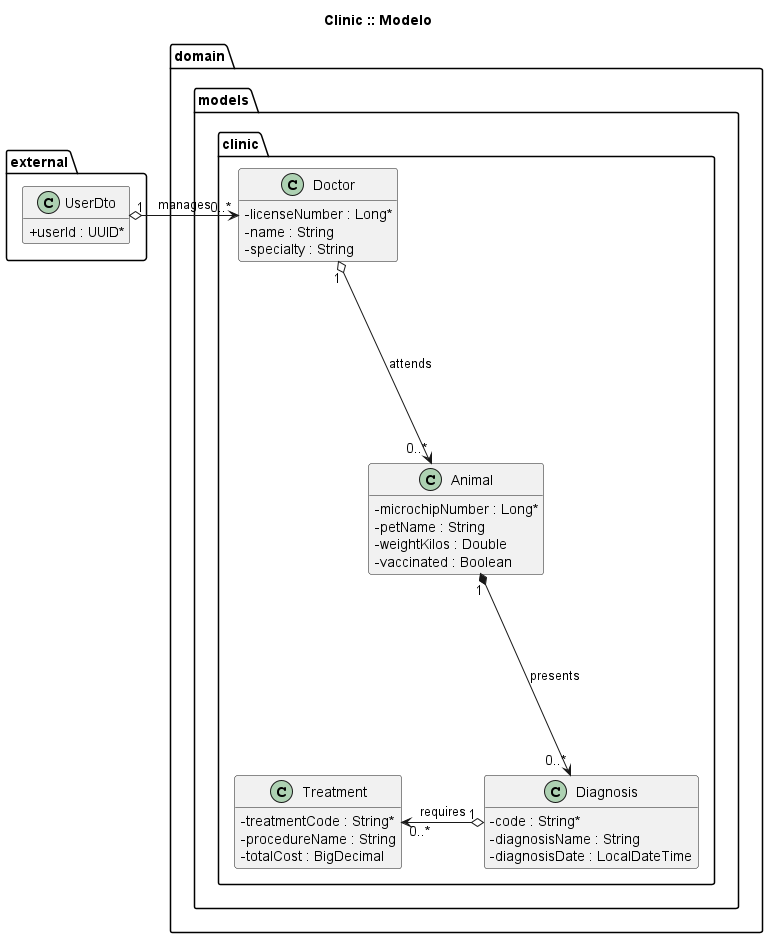
This is docs/clinic.png from miw-upm/apaw-practice, a PlantUML export, as it was before one commit.
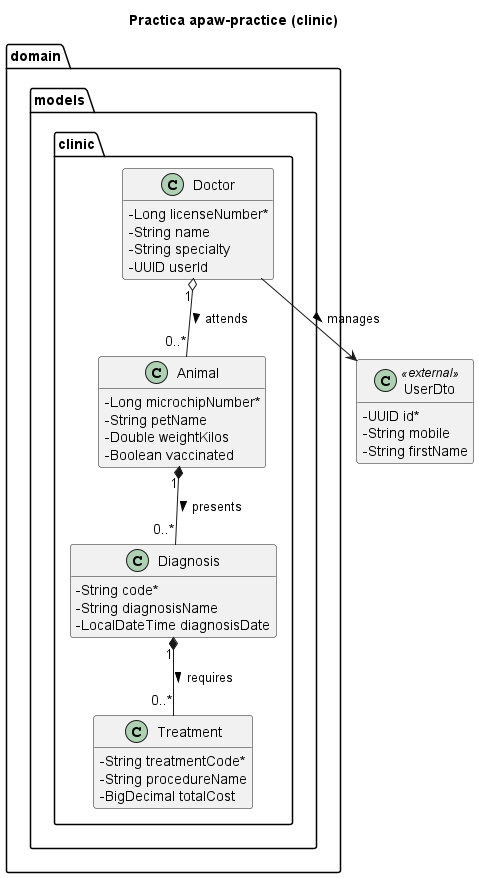
Above is the later version.

Commit message:
refactor(clinic): updated diagram and fixed WinePersistenceMongodb cascade issue #1157

Change to the diagram source:
```diff
@@ -1,5 +1,5 @@
 @startuml
-title Clinic :: Modelo
+title Practica apaw-practice (clinic)
 
 hide methods
 skinparam classAttributeIconSize 0
@@ -9,46 +9,44 @@
     package clinic {
 
       class Doctor {
-        - licenseNumber : Long*
-        - name : String
-        - specialty : String
+        - Long licenseNumber*
+        - String name
+        - String specialty
+        - UUID userId
       }
 
       class Animal {
-        - microchipNumber : Long*
-        - petName : String
-        - weightKilos : Double
-        - vaccinated : Boolean
+        - Long microchipNumber*
+        - String petName
+        - Double weightKilos
+        - Boolean vaccinated
       }
 
       class Diagnosis {
-        - code : String*
-        - diagnosisName : String
-        - diagnosisDate : LocalDateTime
+        - String code*
+        - String diagnosisName
+        - LocalDateTime diagnosisDate
       }
 
       class Treatment {
-        - treatmentCode : String*
-        - procedureName : String
-        - totalCost : BigDecimal
+        - String treatmentCode*
+        - String procedureName
+        - BigDecimal totalCost
       }
+
+      Doctor "1" o-- "0..*" Animal : attends >
+      Animal "1" *-- "0..*" Diagnosis : presents >
+      Diagnosis "1" *-- "0..*" Treatment : requires >
     }
   }
 }
 
-package external {
-  class UserDto {
-    + userId : UUID*
-  }
+class UserDto <<external>> {
+    - UUID id*
+    - String mobile
+    - String firstName
 }
 
-
-UserDto "1" o--right--> "0..*" Doctor : manages
-
-Doctor "1" o--down--> "0..*" Animal : attends
-
-Animal "1" *--down--> "0..*" Diagnosis : presents
-
-Diagnosis "1" o--left--> "0..*" Treatment : requires
+Doctor --> UserDto : manages >
 
 @enduml
```
